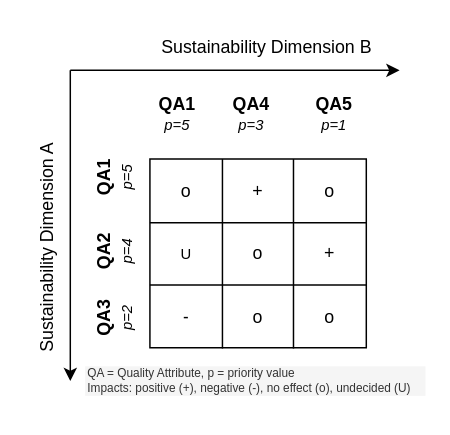
Earlier version of the draw.io diagram page "dmatrix-template" (4 of 5) of data/SustainabilityImpactScore.drawio (iffatfatima/rep-pkg-SIS). Source tidied: cells renumbered, new cells numbered last; positions are measured from the earlier drawing's top-left corner, leaving out a move shared by most shapes. Both pictures are drawn from the tidied source at 148%, with x=0, y=0 at pixel (-86, 25).
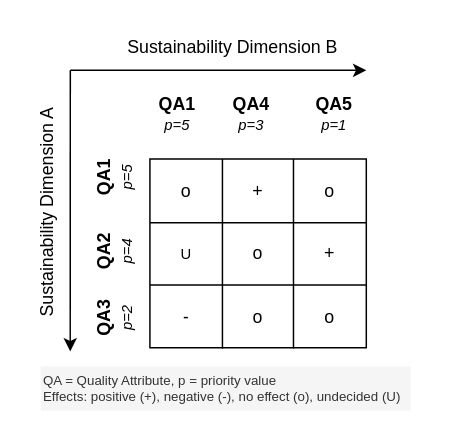
Above is the later version.

Change to the diagram source:
```diff
@@
     <mxCell id="17" value="Sustainability Dimension B" style="text;html=1;align=center;verticalAlign=middle;whiteSpace=wrap;rounded=0;fontSize=12;" parent="1" vertex="1">
-      <mxGeometry x="147.5" width="180" height="30" as="geometry" />
+      <mxGeometry x="125" width="180" height="30" as="geometry" />
     </mxCell>
     <mxCell id="18" value="Sustainability Dimension A" style="text;html=1;align=center;verticalAlign=middle;whiteSpace=wrap;rounded=0;rotation=-90;fontSize=12;" parent="1" vertex="1">
-      <mxGeometry y="135" width="180" height="30" as="geometry" />
+      <mxGeometry x="-3.8" y="111.2" width="187.5" height="30" as="geometry" />
     </mxCell>
@@
-    <mxCell id="37" value="&lt;font&gt;&lt;span style=&quot;font-style: normal;&quot;&gt;QA = Quality Attribute, p = priority value&lt;/span&gt;&lt;/font&gt;&lt;div&gt;&lt;span style=&quot;font-style: normal;&quot;&gt;&lt;span&gt;Impacts: positive (+), negative (-), no effect (o), undecided (&lt;/span&gt;&lt;font&gt;U&lt;/font&gt;&lt;span&gt;)&lt;/span&gt;&lt;/span&gt;&lt;/div&gt;" style="text;html=1;align=left;verticalAlign=middle;whiteSpace=wrap;rounded=0;fontStyle=2;fillColor=#f5f5f5;fontColor=#333333;strokeColor=none;fontSize=8;" parent="1" vertex="1">
-      <mxGeometry x="115" y="230" width="230" height="20" as="geometry" />
+    <mxCell id="37" value="&lt;font&gt;&lt;span style=&quot;font-style: normal;&quot;&gt;QA = Quality Attribute, p = priority value&lt;/span&gt;&lt;/font&gt;&lt;div&gt;&lt;span style=&quot;font-style: normal;&quot;&gt;&lt;span&gt;Effects: positive (+), negative (-), no effect (o), undecided (&lt;/span&gt;&lt;font&gt;U&lt;/font&gt;&lt;span&gt;)&lt;/span&gt;&lt;/span&gt;&lt;/div&gt;" style="text;html=1;align=left;verticalAlign=middle;whiteSpace=wrap;rounded=0;fontStyle=2;fillColor=#f5f5f5;fontColor=#333333;strokeColor=none;fontSize=9;" parent="1" vertex="1">
+      <mxGeometry x="85" y="230" width="250" height="30" as="geometry" />
     </mxCell>
```
